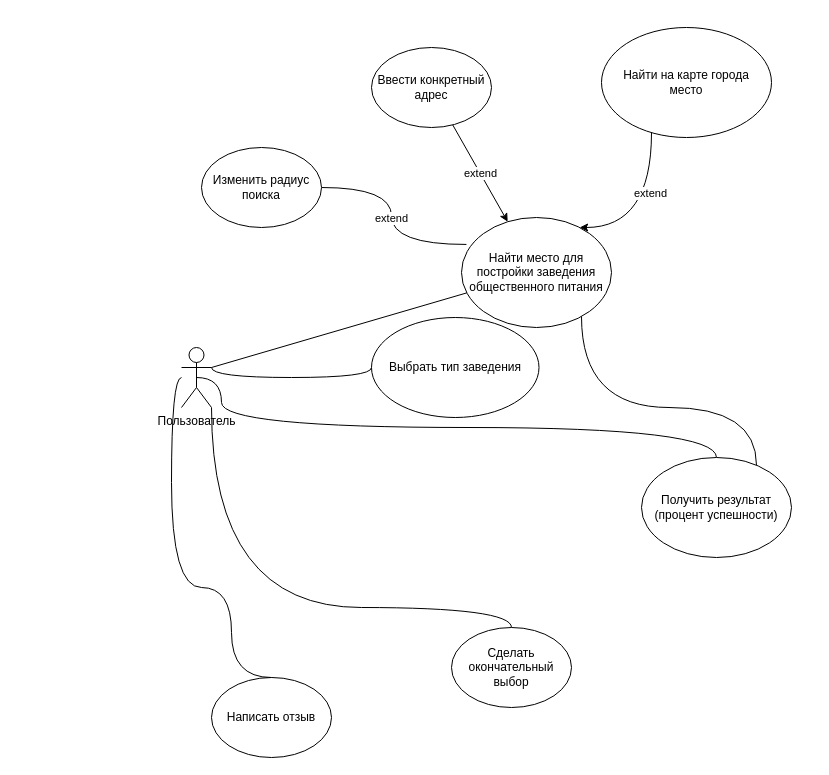
This is use case.drawio from elmirhismatov/Diplom, a draw.io file, before an edit. Source tidied: cells renumbered, new cells numbered last; positions are measured from the earlier drawing's top-left corner, leaving out a move shared by most shapes. Both pictures are drawn from the tidied source at 100%, with x=0, y=0 at pixel (171, 27).
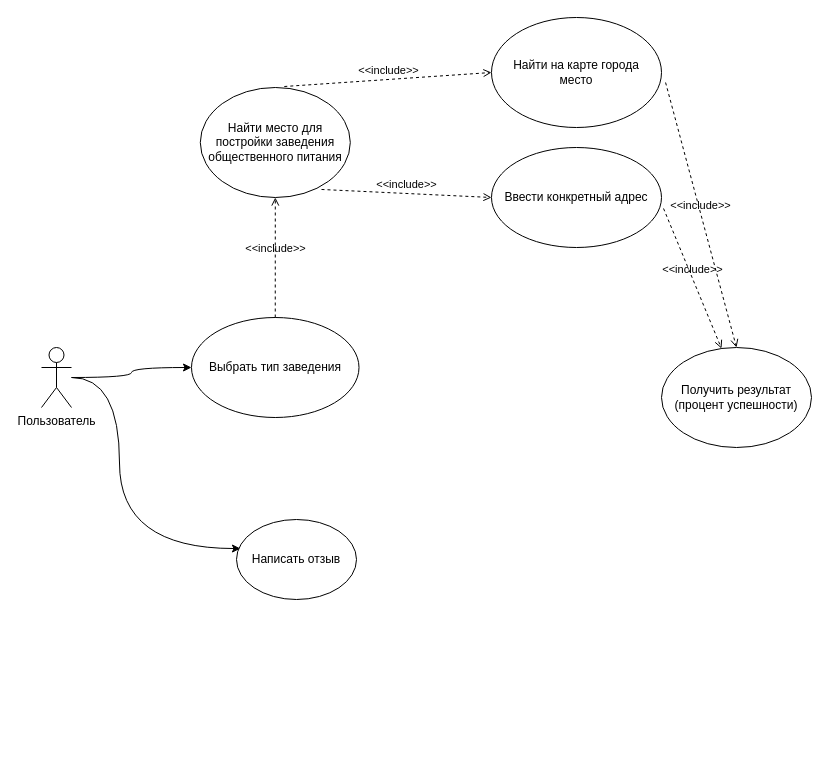
After the change.

The edit, as a diff of the source:
```diff
@@
-    <mxCell id="2" style="edgeStyle=orthogonalEdgeStyle;curved=1;rounded=0;jettySize=auto;html=1;endArrow=none;endFill=0;entryX=0;entryY=0.5;entryDx=0;entryDy=0;" parent="1" edge="1" target="6">
-      <mxGeometry relative="1" as="geometry">
-        <mxPoint x="40" y="340" as="sourcePoint" />
-        <Array as="points">
-          <mxPoint x="200" y="350" />
-        </Array>
-      </mxGeometry>
-    </mxCell>
-    <mxCell id="3" style="edgeStyle=orthogonalEdgeStyle;curved=1;rounded=0;jettySize=auto;html=1;endArrow=none;endFill=0;exitX=1;exitY=1;exitDx=0;exitDy=0;exitPerimeter=0;" parent="1" edge="1" source="4" target="15">
-      <mxGeometry relative="1" as="geometry">
-        <Array as="points">
-          <mxPoint x="40" y="580" />
-          <mxPoint x="340" y="580" />
-        </Array>
-      </mxGeometry>
-    </mxCell>
+    <mxCell id="21" style="edgeStyle=orthogonalEdgeStyle;rounded=0;jettySize=auto;html=1;entryX=0;entryY=0.5;entryDx=0;entryDy=0;curved=1;" parent="1" edge="1" source="4" target="6">
+      <mxGeometry relative="1" as="geometry" />
+    </mxCell>
+    <mxCell id="18" style="edgeStyle=orthogonalEdgeStyle;rounded=0;jettySize=auto;html=1;entryX=0.033;entryY=0.363;entryDx=0;entryDy=0;entryPerimeter=0;curved=1;" parent="1" edge="1" source="4" target="17">
+      <mxGeometry relative="1" as="geometry">
+        <Array as="points">
+          <mxPoint x="-52" y="350" />
+          <mxPoint x="-52" y="521" />
+        </Array>
+      </mxGeometry>
+    </mxCell>
     <mxCell id="4" value="Пользователь" style="shape=umlActor;verticalLabelPosition=bottom;verticalAlign=top;html=1;outlineConnect=0;" parent="1" vertex="1">
-      <mxGeometry x="10" y="320" width="30" height="60" as="geometry" />
+      <mxGeometry x="-130" y="320" width="30" height="60" as="geometry" />
     </mxCell>
     <mxCell id="5" value="Найти на карте города&lt;br&gt;место" style="ellipse;whiteSpace=wrap;html=1;" parent="1" vertex="1">
-      <mxGeometry x="430" width="170" height="110" as="geometry" />
+      <mxGeometry x="320" y="-10" width="170" height="110" as="geometry" />
     </mxCell>
     <mxCell id="6" value="Выбрать тип заведения" style="ellipse;whiteSpace=wrap;html=1;" parent="1" vertex="1">
-      <mxGeometry x="200" y="290" width="167.5" height="100" as="geometry" />
+      <mxGeometry x="20" y="290" width="167.5" height="100" as="geometry" />
     </mxCell>
-    <mxCell id="7" style="edgeStyle=orthogonalEdgeStyle;rounded=0;jettySize=auto;html=1;curved=1;" parent="1" edge="1" source="5" target="9">
-      <mxGeometry relative="1" as="geometry">
-        <Array as="points">
-          <mxPoint x="480" y="200" />
-        </Array>
-      </mxGeometry>
-    </mxCell>
-    <mxCell id="8" value="extend" style="edgeLabel;html=1;align=center;verticalAlign=middle;" parent="7" vertex="1">
-      <mxGeometry x="-0.28" y="-2" relative="1" as="geometry" />
-    </mxCell>
     <mxCell id="9" value="Найти место для постройки заведения общественного питания" style="ellipse;whiteSpace=wrap;html=1;" parent="1" vertex="1">
-      <mxGeometry x="290" y="190" width="150" height="110" as="geometry" />
+      <mxGeometry x="28.8" y="60" width="150" height="110" as="geometry" />
     </mxCell>
     <mxCell id="10" value="Ввести конкретный адрес" style="ellipse;whiteSpace=wrap;html=1;" parent="1" vertex="1">
-      <mxGeometry x="200" y="20" width="120" height="80" as="geometry" />
+      <mxGeometry x="320" y="120" width="170" height="100" as="geometry" />
     </mxCell>
-    <mxCell id="11" value="extend" style="endArrow=classic;html=1;rounded=0;" parent="1" edge="1" source="10" target="9">
-      <mxGeometry relative="1" as="geometry" />
-    </mxCell>
-    <mxCell id="12" style="edgeStyle=orthogonalEdgeStyle;curved=1;rounded=0;jettySize=auto;html=1;endArrow=none;endFill=0;" parent="1" edge="1" source="14" target="9">
-      <mxGeometry relative="1" as="geometry">
-        <Array as="points">
-          <mxPoint x="585" y="380" />
-          <mxPoint x="410" y="380" />
-        </Array>
-      </mxGeometry>
-    </mxCell>
-    <mxCell id="13" style="edgeStyle=orthogonalEdgeStyle;curved=1;rounded=0;jettySize=auto;html=1;endArrow=none;endFill=0;entryX=0.5;entryY=0.5;entryDx=0;entryDy=0;entryPerimeter=0;" parent="1" edge="1" source="14" target="4">
-      <mxGeometry relative="1" as="geometry">
-        <Array as="points">
-          <mxPoint x="545" y="400" />
-          <mxPoint x="50" y="400" />
-          <mxPoint x="50" y="350" />
-        </Array>
-      </mxGeometry>
-    </mxCell>
     <mxCell id="14" value="Получить результат &lt;br&gt;(процент успешности)" style="ellipse;whiteSpace=wrap;html=1;" parent="1" vertex="1">
-      <mxGeometry x="470" y="430" width="150" height="100" as="geometry" />
+      <mxGeometry x="490" y="320" width="150" height="100" as="geometry" />
     </mxCell>
-    <mxCell id="15" value="Сделать окончательный выбор" style="ellipse;whiteSpace=wrap;html=1;" parent="1" vertex="1">
-      <mxGeometry x="280" y="600" width="120" height="80" as="geometry" />
-    </mxCell>
-    <mxCell id="16" style="endArrow=none;html=1;rounded=0;exitX=1;exitY=0.3333333333333333;exitDx=0;exitDy=0;exitPerimeter=0;" parent="1" edge="1" source="4" target="9">
-      <mxGeometry relative="1" as="geometry" />
-    </mxCell>
     <mxCell id="17" value="Написать отзыв" style="ellipse;whiteSpace=wrap;html=1;" parent="1" vertex="1">
-      <mxGeometry x="40" y="650" width="120" height="80" as="geometry" />
+      <mxGeometry x="65" y="492" width="120" height="80" as="geometry" />
     </mxCell>
-    <mxCell id="18" style="endArrow=none;html=1;rounded=0;endFill=0;edgeStyle=orthogonalEdgeStyle;curved=1;entryX=0.5;entryY=0;entryDx=0;entryDy=0;" parent="1" edge="1" source="4" target="17">
-      <mxGeometry relative="1" as="geometry">
-        <Array as="points">
-          <mxPoint y="350" />
-          <mxPoint y="560" />
-          <mxPoint x="60" y="560" />
-          <mxPoint x="60" y="650" />
-        </Array>
-      </mxGeometry>
-    </mxCell>
-    <mxCell id="19" value="extend" style="edgeStyle=orthogonalEdgeStyle;curved=1;rounded=0;jettySize=auto;html=1;entryX=0.033;entryY=0.245;entryDx=0;entryDy=0;entryPerimeter=0;endArrow=none;endFill=0;" parent="1" edge="1" source="20" target="9">
-      <mxGeometry relative="1" as="geometry" />
-    </mxCell>
-    <mxCell id="20" value="Изменить радиус поиска" style="ellipse;whiteSpace=wrap;html=1;" parent="1" vertex="1">
-      <mxGeometry x="30" y="120" width="120" height="80" as="geometry" />
-    </mxCell>
+    <mxCell id="22" value="&amp;lt;&amp;lt;include&amp;gt;&amp;gt;" style="html=1;verticalAlign=bottom;labelBackgroundColor=none;endArrow=open;endFill=0;dashed=1;rounded=0;exitX=0.56;exitY=-0.009;exitDx=0;exitDy=0;exitPerimeter=0;entryX=0;entryY=0.5;entryDx=0;entryDy=0;" parent="1" edge="1" source="9" target="5">
+      <mxGeometry relative="1" as="geometry" />
+    </mxCell>
+    <mxCell id="23" value="&amp;lt;&amp;lt;include&amp;gt;&amp;gt;" style="html=1;verticalAlign=bottom;labelBackgroundColor=none;endArrow=open;endFill=0;dashed=1;rounded=0;entryX=0;entryY=0.5;entryDx=0;entryDy=0;exitX=0.808;exitY=0.927;exitDx=0;exitDy=0;exitPerimeter=0;" parent="1" edge="1" source="9" target="10">
+      <mxGeometry relative="1" as="geometry" />
+    </mxCell>
+    <mxCell id="24" value="&amp;lt;&amp;lt;include&amp;gt;&amp;gt;" style="html=1;verticalAlign=bottom;labelBackgroundColor=none;endArrow=open;endFill=0;dashed=1;rounded=0;exitX=1.012;exitY=0.61;exitDx=0;exitDy=0;exitPerimeter=0;entryX=0.4;entryY=0.01;entryDx=0;entryDy=0;entryPerimeter=0;" parent="1" edge="1" source="10" target="14">
+      <mxGeometry relative="1" as="geometry" />
+    </mxCell>
+    <mxCell id="25" value="&amp;lt;&amp;lt;include&amp;gt;&amp;gt;" style="html=1;verticalAlign=bottom;labelBackgroundColor=none;endArrow=open;endFill=0;dashed=1;rounded=0;exitX=1.024;exitY=0.591;exitDx=0;exitDy=0;exitPerimeter=0;entryX=0.5;entryY=0;entryDx=0;entryDy=0;" parent="1" edge="1" source="5" target="14">
+      <mxGeometry relative="1" as="geometry" />
+    </mxCell>
+    <mxCell id="26" value="&amp;lt;&amp;lt;include&amp;gt;&amp;gt;" style="html=1;verticalAlign=bottom;labelBackgroundColor=none;endArrow=open;endFill=0;dashed=1;rounded=0;exitX=0.5;exitY=0;exitDx=0;exitDy=0;entryX=0.5;entryY=1;entryDx=0;entryDy=0;" parent="1" edge="1" source="6" target="9">
+      <mxGeometry relative="1" as="geometry" />
+    </mxCell>
```
